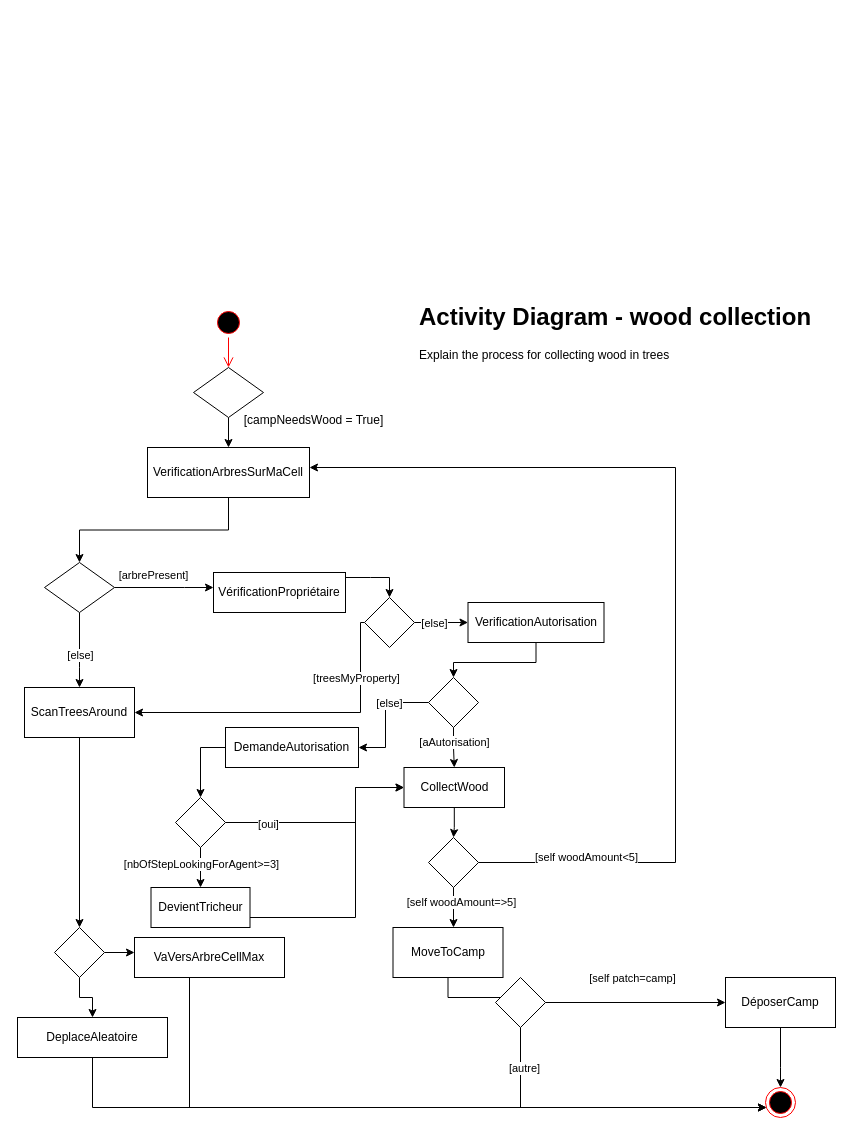
panchovdl/DundiModel keeps this draw.io diagram as page "wood_collect" (5 of 6) of DundiV0.drawio. Above is the earlier version. Source tidied: cells renumbered, new cells numbered last; positions are measured from the earlier drawing's top-left corner, leaving out a move shared by most shapes. Both pictures are drawn from the tidied source at 100%, with x=0, y=0 at pixel (17, 297).
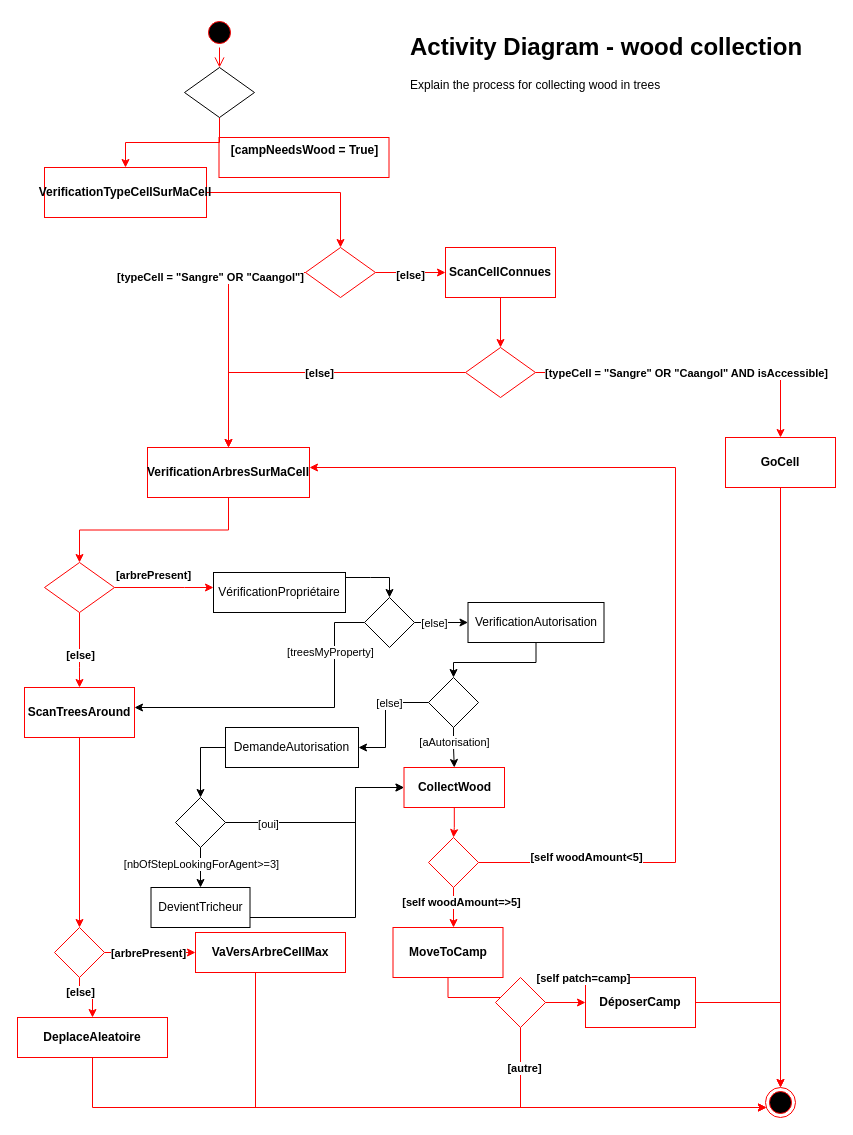
The same diagram, later.

The change refers to these unchanged cells:
```xml
<mxCell id="24" style="rhombus;whiteSpace=wrap;html=1;" parent="1" vertex="1">
  <mxGeometry x="347" y="300" width="50" height="50" as="geometry" />
</mxCell>
<mxCell id="27" value="VérificationPropriétaire" style="html=1;whiteSpace=wrap;" parent="1" vertex="1">
  <mxGeometry x="196" y="275" width="132" height="40" as="geometry" />
</mxCell>
```

Change to the diagram source:
```diff
@@
-    <mxCell id="2" style="edgeStyle=orthogonalEdgeStyle;rounded=0;jettySize=auto;html=1;" parent="1" edge="1" source="6" target="12">
+    <mxCell id="2" style="edgeStyle=orthogonalEdgeStyle;rounded=0;jettySize=auto;html=1;strokeColor=#FF0000;" parent="1" edge="1" source="6" target="12">
       <mxGeometry relative="1" as="geometry">
         <Array as="points">
           <mxPoint x="62" y="370" />
           <mxPoint x="62" y="370" />
         </Array>
       </mxGeometry>
     </mxCell>
-    <mxCell id="3" value="[else]" style="edgeLabel;html=1;align=center;verticalAlign=middle;" parent="2" vertex="1">
+    <mxCell id="3" value="[else]" style="edgeLabel;html=1;align=center;verticalAlign=middle;fontStyle=1;strokeColor=#FF0000;" parent="2" vertex="1">
       <mxGeometry x="-0.96" relative="1" as="geometry">
         <mxPoint y="40" as="offset" />
       </mxGeometry>
     </mxCell>
-    <mxCell id="4" style="edgeStyle=orthogonalEdgeStyle;rounded=0;jettySize=auto;html=1;" parent="1" edge="1" source="6" target="27">
+    <mxCell id="4" style="edgeStyle=orthogonalEdgeStyle;rounded=0;jettySize=auto;html=1;strokeColor=#FF0000;" parent="1" edge="1" source="6" target="27">
       <mxGeometry relative="1" as="geometry">
         <Array as="points">
           <mxPoint x="167" y="290" />
           <mxPoint x="167" y="290" />
         </Array>
       </mxGeometry>
     </mxCell>
-    <mxCell id="5" value="[arbrePresent]" style="edgeLabel;html=1;align=center;verticalAlign=middle;" parent="4" vertex="1">
+    <mxCell id="5" value="[arbrePresent]" style="edgeLabel;html=1;align=center;verticalAlign=middle;fontStyle=1;strokeColor=#FF0000;" parent="4" vertex="1">
       <mxGeometry x="-0.52" y="-4" relative="1" as="geometry">
         <mxPoint x="14" y="-17" as="offset" />
       </mxGeometry>
     </mxCell>
-    <mxCell id="6" style="rhombus;whiteSpace=wrap;html=1;" parent="1" vertex="1">
+    <mxCell id="6" style="rhombus;whiteSpace=wrap;html=1;strokeColor=#FF0000;" parent="1" vertex="1">
       <mxGeometry x="27" y="265" width="70" height="50" as="geometry" />
     </mxCell>
-    <mxCell id="7" style="edgeStyle=orthogonalEdgeStyle;rounded=0;jettySize=auto;html=1;exitX=0.5;exitY=1;exitDx=0;exitDy=0;" parent="1" edge="1" source="8" target="6">
+    <mxCell id="7" style="edgeStyle=orthogonalEdgeStyle;rounded=0;jettySize=auto;html=1;exitX=0.5;exitY=1;exitDx=0;exitDy=0;strokeColor=#FF0000;" parent="1" edge="1" source="8" target="6">
       <mxGeometry relative="1" as="geometry" />
     </mxCell>
-    <mxCell id="8" value="VerificationArbresSurMaCell" style="html=1;whiteSpace=wrap;" parent="1" vertex="1">
+    <mxCell id="8" value="VerificationArbresSurMaCell" style="html=1;whiteSpace=wrap;fontStyle=1;strokeColor=#FF0000;" parent="1" vertex="1">
       <mxGeometry x="130" y="150" width="162" height="50" as="geometry" />
     </mxCell>
-    <mxCell id="9" style="edgeStyle=orthogonalEdgeStyle;rounded=0;jettySize=auto;html=1;" parent="1" edge="1" source="10" target="33">
+    <mxCell id="9" style="edgeStyle=orthogonalEdgeStyle;rounded=0;jettySize=auto;html=1;strokeColor=#FF0000;" parent="1" edge="1" source="10" target="33">
       <mxGeometry relative="1" as="geometry" />
     </mxCell>
-    <mxCell id="10" value="MoveToCamp" style="html=1;whiteSpace=wrap;" parent="1" vertex="1">
+    <mxCell id="10" value="MoveToCamp" style="html=1;whiteSpace=wrap;fontStyle=1;strokeColor=#FF0000;" parent="1" vertex="1">
       <mxGeometry x="375.5" y="630" width="110" height="50" as="geometry" />
     </mxCell>
-    <mxCell id="11" style="edgeStyle=orthogonalEdgeStyle;rounded=0;jettySize=auto;html=1;" parent="1" edge="1" source="12" target="61">
+    <mxCell id="11" style="edgeStyle=orthogonalEdgeStyle;rounded=0;jettySize=auto;html=1;strokeColor=#FF0000;" parent="1" edge="1" source="12" target="61">
       <mxGeometry relative="1" as="geometry">
         <Array as="points">
           <mxPoint x="62" y="630" />
           <mxPoint x="62" y="630" />
         </Array>
       </mxGeometry>
     </mxCell>
-    <mxCell id="12" value="ScanTreesAround" style="html=1;whiteSpace=wrap;" parent="1" vertex="1">
+    <mxCell id="12" value="ScanTreesAround" style="html=1;whiteSpace=wrap;fontStyle=1;strokeColor=#FF0000;" parent="1" vertex="1">
       <mxGeometry x="7" y="390" width="110" height="50" as="geometry" />
     </mxCell>
-    <mxCell id="13" style="edgeStyle=orthogonalEdgeStyle;rounded=0;jettySize=auto;html=1;" parent="1" edge="1" source="14" target="8">
+    <mxCell id="13" style="edgeStyle=orthogonalEdgeStyle;rounded=0;jettySize=auto;html=1;strokeColor=#FF0000;" parent="1" edge="1" source="14" target="67">
       <mxGeometry relative="1" as="geometry" />
     </mxCell>
-    <mxCell id="14" style="rhombus;whiteSpace=wrap;html=1;" parent="1" vertex="1">
-      <mxGeometry x="176" y="70" width="70" height="50" as="geometry" />
+    <mxCell id="14" style="rhombus;whiteSpace=wrap;html=1;fontStyle=1;" parent="1" vertex="1">
+      <mxGeometry x="167" y="-230" width="70" height="50" as="geometry" />
     </mxCell>
-    <mxCell id="15" style="edgeStyle=orthogonalEdgeStyle;rounded=0;jettySize=auto;html=1;" parent="1" edge="1" source="16" target="25">
+    <mxCell id="15" style="edgeStyle=orthogonalEdgeStyle;rounded=0;jettySize=auto;html=1;strokeColor=#FF0000;" parent="1" edge="1" source="16" target="25">
       <mxGeometry relative="1" as="geometry" />
     </mxCell>
-    <mxCell id="16" value="CollectWood" style="html=1;whiteSpace=wrap;" parent="1" vertex="1">
+    <mxCell id="16" value="CollectWood" style="html=1;whiteSpace=wrap;fontStyle=1;strokeColor=#FF0000;" parent="1" vertex="1">
       <mxGeometry x="386.5" y="470" width="100.5" height="40" as="geometry" />
     </mxCell>
-    <mxCell id="17" style="ellipse;html=1;shape=endState;fillColor=#000000;strokeColor=#ff0000;" parent="1" vertex="1">
+    <mxCell id="17" style="ellipse;html=1;shape=endState;fillColor=#000000;strokeColor=#FF0000;" parent="1" vertex="1">
       <mxGeometry x="748" y="790" width="30" height="30" as="geometry" />
     </mxCell>
     <mxCell id="18" style="ellipse;html=1;shape=startState;fillColor=#000000;strokeColor=#ff0000;" parent="1" vertex="1">
-      <mxGeometry x="196" y="10" width="30" height="30" as="geometry" />
+      <mxGeometry x="187" y="-280" width="30" height="30" as="geometry" />
     </mxCell>
@@
     <mxCell id="20" style="edgeStyle=orthogonalEdgeStyle;rounded=0;jettySize=auto;html=1;" parent="1" edge="1" source="24" target="12">
       <mxGeometry relative="1" as="geometry">
         <Array as="points">
-          <mxPoint x="343" y="415" />
+          <mxPoint x="317" y="325" />
+          <mxPoint x="317" y="410" />
         </Array>
       </mxGeometry>
     </mxCell>
@@
-    <mxCell id="25" style="rhombus;whiteSpace=wrap;html=1;" parent="1" vertex="1">
+    <mxCell id="25" style="rhombus;whiteSpace=wrap;html=1;strokeColor=#FF0000;" parent="1" vertex="1">
       <mxGeometry x="411" y="540" width="50" height="50" as="geometry" />
     </mxCell>
-    <mxCell id="26" value="&lt;div&gt;[campNeedsWood = True]&lt;/div&gt;&lt;div&gt;&lt;br&gt;&lt;/div&gt;" style="text;html=1;align=center;verticalAlign=middle;strokeColor=none;fillColor=none;" parent="1" vertex="1">
-      <mxGeometry x="215.5" y="110" width="160" height="40" as="geometry" />
+    <mxCell id="26" value="&lt;div&gt;[campNeedsWood = True]&lt;/div&gt;&lt;div&gt;&lt;br&gt;&lt;/div&gt;" style="text;html=1;align=center;verticalAlign=middle;strokeColor=#FF0000;fillColor=none;fontStyle=1;" parent="1" vertex="1">
+      <mxGeometry x="201.5" y="-160" width="170" height="40" as="geometry" />
     </mxCell>
@@
-    <mxCell id="29" style="edgeStyle=orthogonalEdgeStyle;rounded=0;jettySize=auto;html=1;" parent="1" edge="1" source="25" target="10">
+    <mxCell id="29" style="edgeStyle=orthogonalEdgeStyle;rounded=0;jettySize=auto;html=1;strokeColor=#FF0000;" parent="1" edge="1" source="25" target="10">
       <mxGeometry relative="1" as="geometry">
         <Array as="points">
           <mxPoint x="458" y="640" />
         </Array>
       </mxGeometry>
     </mxCell>
-    <mxCell id="30" value="[self woodAmount=&amp;gt;5]" style="edgeLabel;html=1;align=center;verticalAlign=middle;" parent="29" vertex="1">
+    <mxCell id="30" value="[self woodAmount=&amp;gt;5]" style="edgeLabel;html=1;align=center;verticalAlign=middle;fontStyle=1;strokeColor=#FF0000;" parent="29" vertex="1">
       <mxGeometry x="-0.3" relative="1" as="geometry">
         <mxPoint x="7" as="offset" />
       </mxGeometry>
     </mxCell>
-    <mxCell id="31" style="edgeStyle=orthogonalEdgeStyle;rounded=0;jettySize=auto;html=1;" parent="1" edge="1" source="25" target="8">
+    <mxCell id="31" style="edgeStyle=orthogonalEdgeStyle;rounded=0;jettySize=auto;html=1;strokeColor=#FF0000;" parent="1" edge="1" source="25" target="8">
       <mxGeometry relative="1" as="geometry">
         <Array as="points">
           <mxPoint x="658" y="565" />
           <mxPoint x="658" y="170" />
         </Array>
       </mxGeometry>
     </mxCell>
-    <mxCell id="32" value="[self woodAmount&amp;lt;5]" style="edgeLabel;html=1;align=center;verticalAlign=middle;" parent="31" vertex="1">
+    <mxCell id="32" value="[self woodAmount&amp;lt;5]" style="edgeLabel;html=1;align=center;verticalAlign=middle;fontStyle=1;" parent="31" vertex="1">
       <mxGeometry x="-0.3" relative="1" as="geometry">
         <mxPoint x="-90" y="132" as="offset" />
       </mxGeometry>
     </mxCell>
-    <mxCell id="33" style="rhombus;whiteSpace=wrap;html=1;" parent="1" vertex="1">
+    <mxCell id="33" style="rhombus;whiteSpace=wrap;html=1;strokeColor=#FF0000;" parent="1" vertex="1">
       <mxGeometry x="478" y="680" width="50" height="50" as="geometry" />
     </mxCell>
-    <mxCell id="34" value="DéposerCamp" style="html=1;whiteSpace=wrap;" parent="1" vertex="1">
-      <mxGeometry x="708" y="680" width="110" height="50" as="geometry" />
+    <mxCell id="34" value="DéposerCamp" style="html=1;whiteSpace=wrap;fontStyle=1;strokeColor=#FF0000;" parent="1" vertex="1">
+      <mxGeometry x="568" y="680" width="110" height="50" as="geometry" />
     </mxCell>
-    <mxCell id="35" style="edgeStyle=orthogonalEdgeStyle;rounded=0;jettySize=auto;html=1;" parent="1" edge="1" source="33" target="34">
+    <mxCell id="35" style="edgeStyle=orthogonalEdgeStyle;rounded=0;jettySize=auto;html=1;strokeColor=#FF0000;" parent="1" edge="1" source="33" target="34">
       <mxGeometry relative="1" as="geometry" />
     </mxCell>
-    <mxCell id="36" value="&lt;div&gt;[self patch=camp]&lt;br&gt;&lt;/div&gt;" style="edgeLabel;html=1;align=center;verticalAlign=middle;" parent="35" vertex="1">
+    <mxCell id="36" value="&lt;div&gt;[self patch=camp]&lt;br&gt;&lt;/div&gt;" style="edgeLabel;html=1;align=center;verticalAlign=middle;fontStyle=1;strokeColor=#FF0000;" parent="35" vertex="1">
       <mxGeometry x="-0.3" relative="1" as="geometry">
         <mxPoint x="23" y="-25" as="offset" />
       </mxGeometry>
     </mxCell>
-    <mxCell id="37" style="edgeStyle=orthogonalEdgeStyle;rounded=0;jettySize=auto;html=1;" parent="1" edge="1" source="34" target="17">
+    <mxCell id="37" style="edgeStyle=orthogonalEdgeStyle;rounded=0;jettySize=auto;html=1;strokeColor=#FF0000;" parent="1" edge="1" source="34" target="17">
       <mxGeometry relative="1" as="geometry">
         <Array as="points">
           <mxPoint x="763" y="770" />
           <mxPoint x="763" y="770" />
         </Array>
       </mxGeometry>
     </mxCell>
-    <mxCell id="38" style="edgeStyle=orthogonalEdgeStyle;rounded=0;jettySize=auto;html=1;" parent="1" edge="1" source="33" target="17">
+    <mxCell id="38" style="edgeStyle=orthogonalEdgeStyle;rounded=0;jettySize=auto;html=1;strokeColor=#FF0000;" parent="1" edge="1" source="33" target="17">
       <mxGeometry relative="1" as="geometry">
         <Array as="points">
           <mxPoint x="503" y="810" />
         </Array>
       </mxGeometry>
     </mxCell>
-    <mxCell id="39" value="[autre]" style="edgeLabel;html=1;align=center;verticalAlign=middle;" parent="38" vertex="1">
+    <mxCell id="39" value="[autre]" style="edgeLabel;html=1;align=center;verticalAlign=middle;fontStyle=1;strokeColor=#FF0000;" parent="38" vertex="1">
       <mxGeometry x="-0.49" relative="1" as="geometry">
         <mxPoint y="-40" as="offset" />
       </mxGeometry>
     </mxCell>
@@
     <mxCell id="56" value="&lt;h1&gt;Activity Diagram - wood collection&lt;br&gt;&lt;/h1&gt;&lt;p&gt;Explain the process for collecting wood in trees&lt;br&gt;&lt;/p&gt;" style="text;html=1;strokeColor=none;fillColor=none;spacing=5;spacingTop=-20;whiteSpace=wrap;overflow=hidden;rounded=0;" parent="1" vertex="1">
-      <mxGeometry x="397" width="420" height="80" as="geometry" />
+      <mxGeometry x="388" y="-270" width="420" height="80" as="geometry" />
     </mxCell>
-    <mxCell id="57" style="edgeStyle=orthogonalEdgeStyle;rounded=0;jettySize=auto;html=1;" parent="1" edge="1" source="58" target="17">
+    <mxCell id="57" style="edgeStyle=orthogonalEdgeStyle;rounded=0;jettySize=auto;html=1;strokeColor=#FF0000;" parent="1" edge="1" source="58" target="17">
       <mxGeometry relative="1" as="geometry">
         <Array as="points">
-          <mxPoint x="172" y="810" />
+          <mxPoint x="238" y="810" />
         </Array>
       </mxGeometry>
     </mxCell>
-    <mxCell id="58" value="VaVersArbreCellMax" style="html=1;whiteSpace=wrap;" parent="1" vertex="1">
-      <mxGeometry x="117" y="640" width="150" height="40" as="geometry" />
+    <mxCell id="58" value="VaVersArbreCellMax" style="html=1;whiteSpace=wrap;fontStyle=1;strokeColor=#FF0000;" parent="1" vertex="1">
+      <mxGeometry x="178" y="635" width="150" height="40" as="geometry" />
     </mxCell>
-    <mxCell id="59" style="edgeStyle=orthogonalEdgeStyle;rounded=0;jettySize=auto;html=1;" parent="1" edge="1" source="61" target="58">
+    <mxCell id="59" style="edgeStyle=orthogonalEdgeStyle;rounded=0;jettySize=auto;html=1;strokeColor=#FF0000;" parent="1" edge="1" source="61" target="58">
       <mxGeometry relative="1" as="geometry">
         <Array as="points">
           <mxPoint x="133" y="655" />
         </Array>
       </mxGeometry>
     </mxCell>
+    <mxCell id="64" value="[arbrePresent]" style="edgeLabel;html=1;align=center;verticalAlign=middle;fontStyle=1;strokeColor=#FF0000;" parent="59" vertex="1">
+      <mxGeometry x="-0.38" relative="1" as="geometry">
+        <mxPoint x="15" as="offset" />
+      </mxGeometry>
+    </mxCell>
-    <mxCell id="60" style="edgeStyle=orthogonalEdgeStyle;rounded=0;jettySize=auto;html=1;" parent="1" edge="1" source="61" target="63">
+    <mxCell id="60" style="edgeStyle=orthogonalEdgeStyle;rounded=0;jettySize=auto;html=1;strokeColor=#FF0000;" parent="1" edge="1" source="61" target="63">
       <mxGeometry relative="1" as="geometry" />
     </mxCell>
+    <mxCell id="65" value="[else]" style="edgeLabel;html=1;align=center;verticalAlign=middle;fontStyle=1;strokeColor=#FF0000;" parent="60" vertex="1">
+      <mxGeometry x="-0.49" relative="1" as="geometry" />
+    </mxCell>
-    <mxCell id="61" style="rhombus;whiteSpace=wrap;html=1;" parent="1" vertex="1">
+    <mxCell id="61" style="rhombus;whiteSpace=wrap;html=1;strokeColor=#FF0000;" parent="1" vertex="1">
       <mxGeometry x="37" y="630" width="50" height="50" as="geometry" />
     </mxCell>
-    <mxCell id="62" style="edgeStyle=orthogonalEdgeStyle;rounded=0;jettySize=auto;html=1;" parent="1" edge="1" source="63" target="17">
+    <mxCell id="62" style="edgeStyle=orthogonalEdgeStyle;rounded=0;jettySize=auto;html=1;strokeColor=#FF0000;" parent="1" edge="1" source="63" target="17">
       <mxGeometry relative="1" as="geometry">
         <Array as="points">
           <mxPoint x="75" y="810" />
         </Array>
       </mxGeometry>
     </mxCell>
-    <mxCell id="63" value="DeplaceAleatoire" style="html=1;whiteSpace=wrap;" parent="1" vertex="1">
+    <mxCell id="63" value="DeplaceAleatoire" style="html=1;whiteSpace=wrap;fontStyle=1;strokeColor=#FF0000;" parent="1" vertex="1">
       <mxGeometry y="720" width="150" height="40" as="geometry" />
     </mxCell>
+    <mxCell id="66" style="edgeStyle=orthogonalEdgeStyle;rounded=0;jettySize=auto;html=1;strokeColor=#FF0000;" parent="1" edge="1" source="67" target="72">
+      <mxGeometry relative="1" as="geometry" />
+    </mxCell>
+    <mxCell id="67" value="VerificationTypeCellSurMaCell" style="html=1;whiteSpace=wrap;fontStyle=1;strokeColor=#FF0000;" parent="1" vertex="1">
+      <mxGeometry x="27" y="-130" width="162" height="50" as="geometry" />
+    </mxCell>
+    <mxCell id="68" style="edgeStyle=orthogonalEdgeStyle;rounded=0;jettySize=auto;html=1;strokeColor=#FF0000;" parent="1" edge="1" source="72" target="74">
+      <mxGeometry relative="1" as="geometry" />
+    </mxCell>
+    <mxCell id="69" value="[else]" style="edgeLabel;html=1;align=center;verticalAlign=middle;fontStyle=1;strokeColor=#FF0000;" parent="68" vertex="1">
+      <mxGeometry x="-0.04" y="-2" relative="1" as="geometry" />
+    </mxCell>
+    <mxCell id="70" style="edgeStyle=orthogonalEdgeStyle;rounded=0;jettySize=auto;html=1;strokeColor=#FF0000;" parent="1" edge="1" source="72" target="8">
+      <mxGeometry relative="1" as="geometry">
+        <Array as="points">
+          <mxPoint x="211" y="-25" />
+        </Array>
+      </mxGeometry>
+    </mxCell>
+    <mxCell id="71" value="[typeCell = &quot;Sangre&quot; OR &quot;Caangol&quot;]" style="edgeLabel;html=1;align=center;verticalAlign=middle;fontStyle=1;strokeColor=#FF0000;" parent="70" vertex="1">
+      <mxGeometry x="-0.49" y="4" relative="1" as="geometry">
+        <mxPoint x="-32" as="offset" />
+      </mxGeometry>
+    </mxCell>
+    <mxCell id="72" style="rhombus;whiteSpace=wrap;html=1;strokeColor=#FF0000;" parent="1" vertex="1">
+      <mxGeometry x="288" y="-50" width="70" height="50" as="geometry" />
+    </mxCell>
+    <mxCell id="73" style="edgeStyle=orthogonalEdgeStyle;rounded=0;jettySize=auto;html=1;strokeColor=#FF0000;" parent="1" edge="1" source="74" target="79">
+      <mxGeometry relative="1" as="geometry" />
+    </mxCell>
+    <mxCell id="74" value="ScanCellConnues" style="html=1;whiteSpace=wrap;fontStyle=1;strokeColor=#FF0000;" parent="1" vertex="1">
+      <mxGeometry x="428" y="-50" width="110" height="50" as="geometry" />
+    </mxCell>
+    <mxCell id="75" style="edgeStyle=orthogonalEdgeStyle;rounded=0;jettySize=auto;html=1;strokeColor=#FF0000;" parent="1" edge="1" source="79" target="81">
+      <mxGeometry relative="1" as="geometry" />
+    </mxCell>
+    <mxCell id="76" value="[typeCell = &quot;Sangre&quot; OR &quot;Caangol&quot; AND isAccessible]" style="edgeLabel;html=1;align=center;verticalAlign=middle;fontStyle=1;strokeColor=#FF0000;" parent="75" vertex="1">
+      <mxGeometry x="-0.75" y="2" relative="1" as="geometry">
+        <mxPoint x="111" y="2" as="offset" />
+      </mxGeometry>
+    </mxCell>
+    <mxCell id="77" style="edgeStyle=orthogonalEdgeStyle;rounded=0;jettySize=auto;html=1;strokeColor=#FF0000;" parent="1" edge="1" source="79" target="8">
+      <mxGeometry relative="1" as="geometry" />
+    </mxCell>
+    <mxCell id="78" value="[else]" style="edgeLabel;html=1;align=center;verticalAlign=middle;fontStyle=1;strokeColor=#FF0000;" parent="77" vertex="1">
+      <mxGeometry x="-0.06" relative="1" as="geometry" />
+    </mxCell>
+    <mxCell id="79" style="rhombus;whiteSpace=wrap;html=1;strokeColor=#FF0000;" parent="1" vertex="1">
+      <mxGeometry x="448" y="50" width="70" height="50" as="geometry" />
+    </mxCell>
+    <mxCell id="80" style="edgeStyle=orthogonalEdgeStyle;rounded=0;jettySize=auto;html=1;strokeColor=#FF0000;" parent="1" edge="1" source="81" target="17">
+      <mxGeometry relative="1" as="geometry" />
+    </mxCell>
+    <mxCell id="81" value="GoCell" style="html=1;whiteSpace=wrap;fontStyle=1;strokeColor=#FF0000;" parent="1" vertex="1">
+      <mxGeometry x="708" y="140" width="110" height="50" as="geometry" />
+    </mxCell>
```
